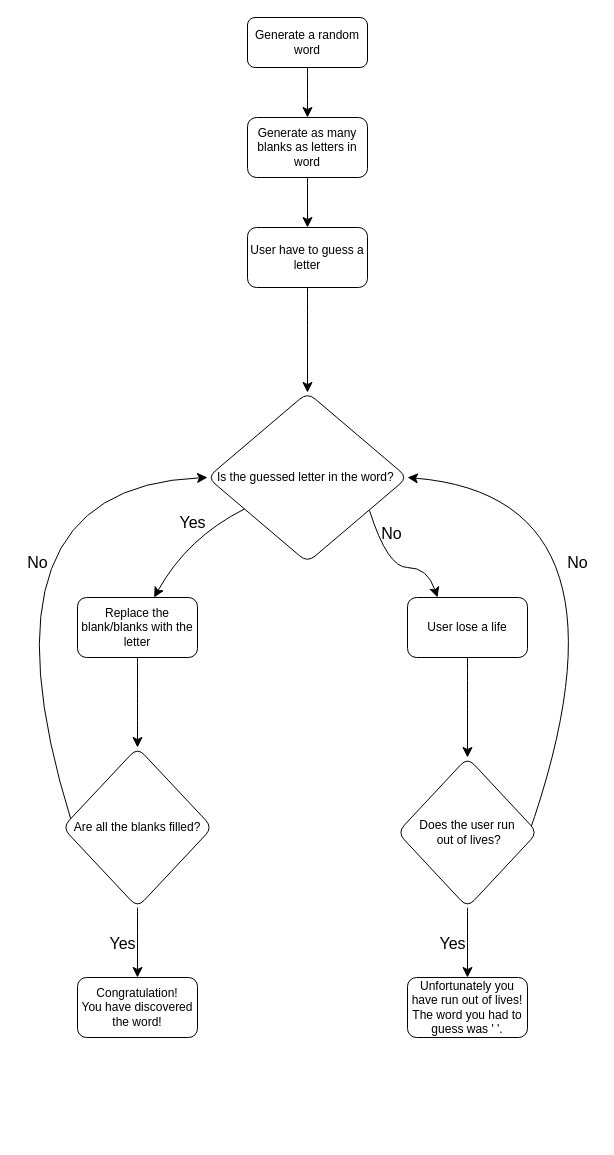
Above: _layouts/Untitled Diagram.drawio in mihai54321/mihai54321.github.io (draw.io), before the change. Source tidied: cells renumbered, new cells numbered last; positions are measured from the earlier drawing's top-left corner, leaving out a move shared by most shapes. Both pictures are drawn from the tidied source at 100%, with x=0, y=0 at pixel (-33, 17).
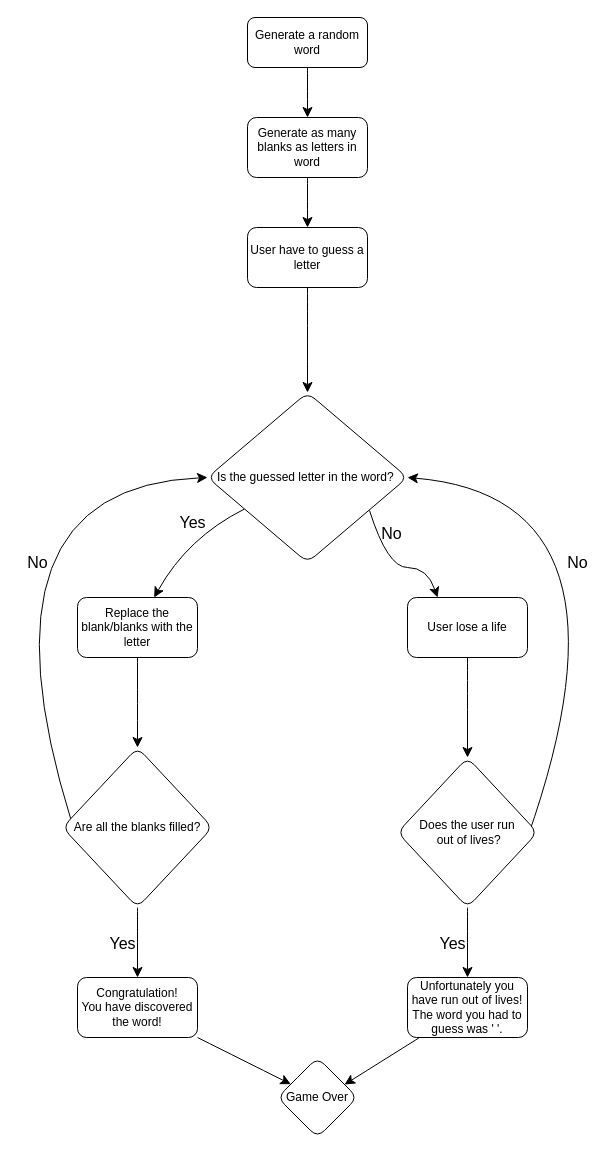
The same page after the edit.

Unchanged cells that the change refers to:
```xml
<mxCell id="25" value="Congratulation!&lt;br&gt;You have discovered the word!" style="whiteSpace=wrap;html=1;rounded=1;glass=0;strokeWidth=1;shadow=0;" parent="1" vertex="1">
  <mxGeometry x="110" y="960" width="120" height="60" as="geometry" />
</mxCell>
<mxCell id="26" value="Unfortunately you have run out of lives!&lt;br&gt;The word you had to guess was ' '." style="whiteSpace=wrap;html=1;rounded=1;glass=0;strokeWidth=1;shadow=0;" parent="1" vertex="1">
  <mxGeometry x="440" y="960" width="120" height="60" as="geometry" />
</mxCell>
```

Diff of the diagram source:
```diff
@@
+    <mxCell id="29" style="edgeStyle=none;curved=1;rounded=0;jettySize=auto;html=1;fontSize=12;startSize=8;endSize=8;" parent="1" edge="1" source="25" target="31">
+      <mxGeometry relative="1" as="geometry" />
+    </mxCell>
@@
+    <mxCell id="30" style="edgeStyle=none;curved=1;rounded=0;jettySize=auto;html=1;fontSize=12;startSize=8;endSize=8;entryX=0.838;entryY=0.338;entryDx=0;entryDy=0;entryPerimeter=0;" parent="1" edge="1" source="26" target="31">
+      <mxGeometry relative="1" as="geometry" />
+    </mxCell>
@@
+    <mxCell id="31" value="Game Over" style="rhombus;whiteSpace=wrap;html=1;rounded=1;glass=0;strokeWidth=1;shadow=0;" parent="1" vertex="1">
+      <mxGeometry x="310" y="1040" width="80" height="80" as="geometry" />
+    </mxCell>
```
